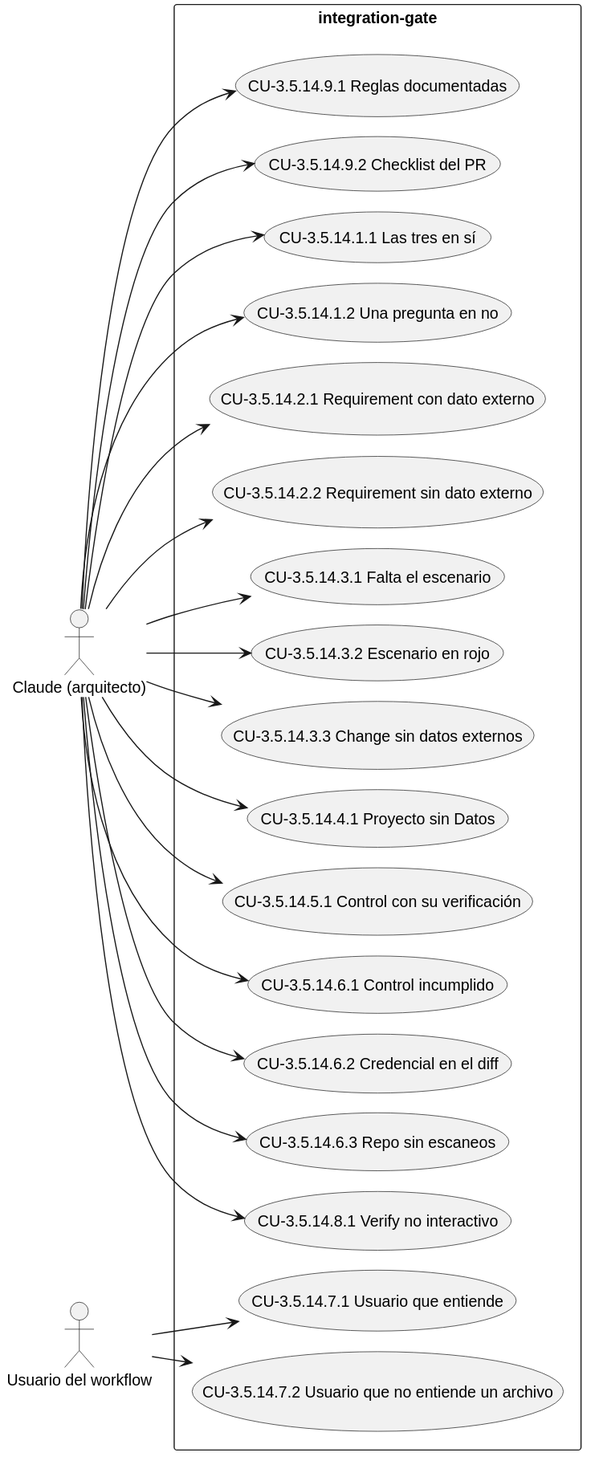
Before: docs/diagramas/CAP-3.5.14.svg, a diagram exported from PlantUML (Lautaro-Montecchiani/sdd-global-config).
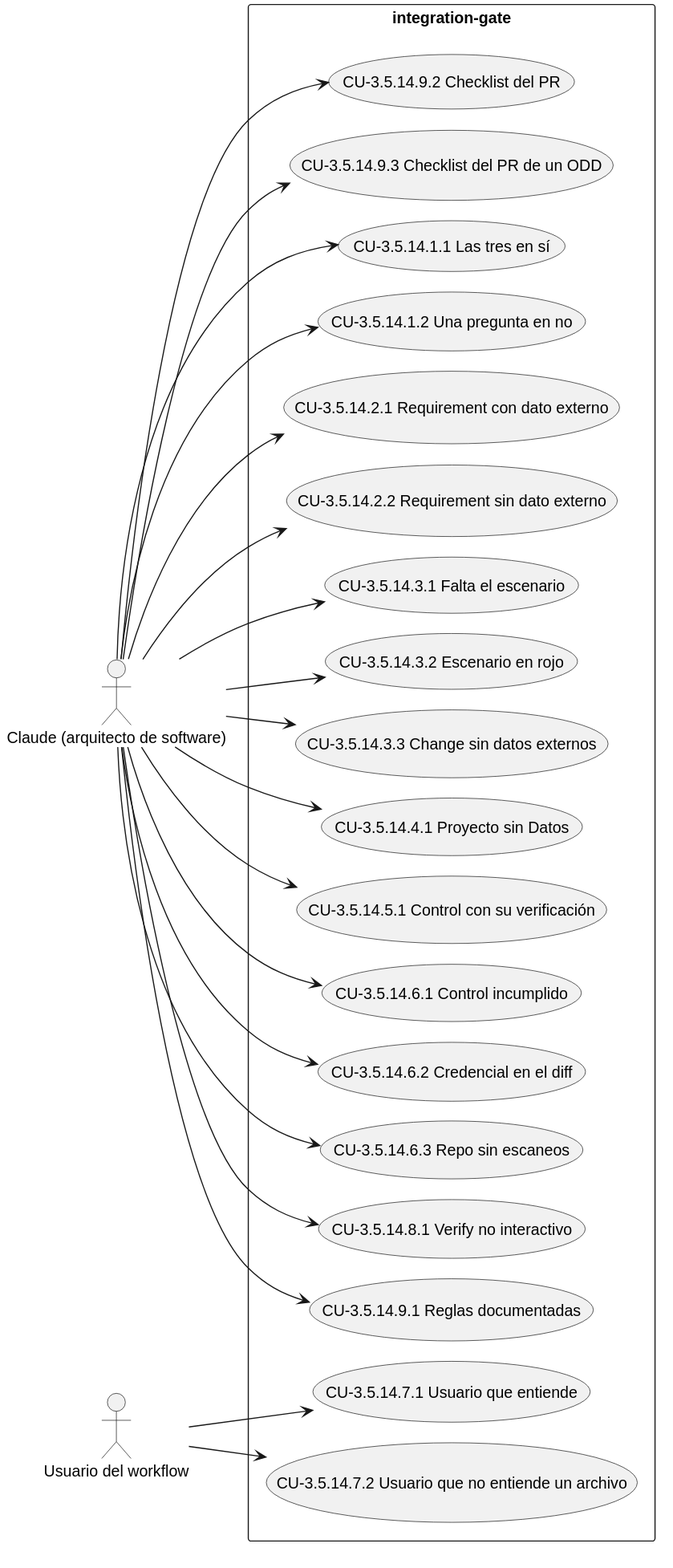
After the commit.

Change to the diagram source:
```diff
@@ -1,7 +1,7 @@
 @startuml
 !pragma layout smetana
 left to right direction
-actor "Claude (arquitecto)" as A1
+actor "Claude (arquitecto de software)" as A1
 actor "Usuario del workflow" as A2
 rectangle "integration-gate" {
   usecase "CU-3.5.14.1.1 Las tres en sí" as UC_3_5_14_1_1
@@ -21,6 +21,7 @@
   usecase "CU-3.5.14.8.1 Verify no interactivo" as UC_3_5_14_8_1
   usecase "CU-3.5.14.9.1 Reglas documentadas" as UC_3_5_14_9_1
   usecase "CU-3.5.14.9.2 Checklist del PR" as UC_3_5_14_9_2
+  usecase "CU-3.5.14.9.3 Checklist del PR de un ODD" as UC_3_5_14_9_3
 }
 A1 --> UC_3_5_14_1_1
 A1 --> UC_3_5_14_1_2
@@ -39,4 +40,5 @@
 A1 --> UC_3_5_14_8_1
 A1 --> UC_3_5_14_9_1
 A1 --> UC_3_5_14_9_2
+A1 --> UC_3_5_14_9_3
 @enduml
```
